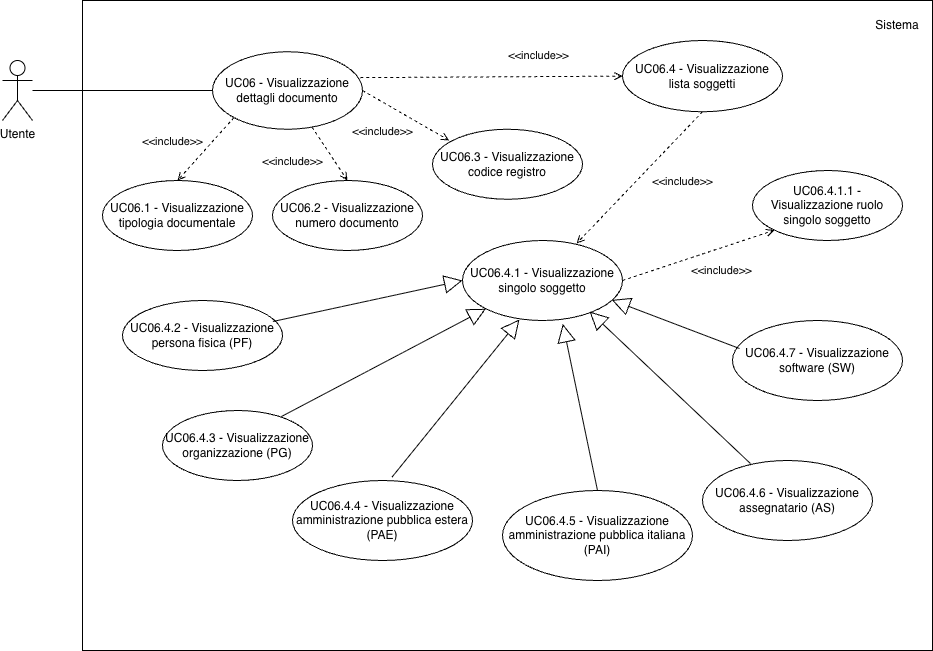
The draw.io diagram assets/Use_Case_Diagrams/UC06.png in Team-Three-Technologies/Documenti, before a commit. Source tidied: cells renumbered, new cells last; positions are measured from the earlier drawing's top-left corner, leaving out a move shared by most shapes. Source of this version:
```xml
<mxGraphModel>
  <root>
    <mxCell id="0" />
    <mxCell id="1" parent="0" />
    <mxCell id="2" style="rounded=0;whiteSpace=wrap;html=1;fillColor=none;" parent="1" vertex="1">
      <mxGeometry x="80" width="850" height="650" as="geometry" />
    </mxCell>
    <mxCell id="3" value="Utente" style="shape=umlActor;verticalLabelPosition=bottom;verticalAlign=top;html=1;outlineConnect=0;" parent="1" vertex="1">
      <mxGeometry y="60" width="30" height="60" as="geometry" />
    </mxCell>
    <mxCell id="4" value="UC06&lt;span style=&quot;background-color: transparent; color: light-dark(rgb(0, 0, 0), rgb(255, 255, 255));&quot;&gt;&amp;nbsp;-&amp;nbsp;Visualizzazione dettagli documento&lt;/span&gt;" style="ellipse;whiteSpace=wrap;html=1;" parent="1" vertex="1">
      <mxGeometry x="210" y="51.2" width="150" height="77.5" as="geometry" />
    </mxCell>
    <mxCell id="5" style="endArrow=none;html=1;rounded=0;entryX=0;entryY=0.5;entryDx=0;entryDy=0;" parent="1" edge="1" source="3" target="4">
      <mxGeometry relative="1" as="geometry" />
    </mxCell>
    <mxCell id="6" value="UC06.1 - Visualizzazione tipologia documentale" style="ellipse;whiteSpace=wrap;html=1;" parent="1" vertex="1">
      <mxGeometry x="100" y="180" width="150" height="70" as="geometry" />
    </mxCell>
    <mxCell id="7" value="&amp;lt;&amp;lt;include&amp;gt;&amp;gt;" style="html=1;verticalAlign=bottom;labelBackgroundColor=none;endArrow=open;endFill=0;dashed=1;rounded=0;exitX=0;exitY=1;exitDx=0;exitDy=0;entryX=0.5;entryY=0;entryDx=0;entryDy=0;" parent="1" edge="1" source="4" target="6">
      <mxGeometry x="0.55" y="-24" relative="1" as="geometry" />
    </mxCell>
    <mxCell id="8" value="Sistema" style="text;html=1;whiteSpace=wrap;strokeColor=none;fillColor=none;align=center;verticalAlign=middle;rounded=0;" parent="1" vertex="1">
      <mxGeometry x="870" y="10" width="50" height="30" as="geometry" />
    </mxCell>
    <mxCell id="9" value="UC06.2 - Visualizzazione numero documento" style="ellipse;whiteSpace=wrap;html=1;" parent="1" vertex="1">
      <mxGeometry x="270" y="180" width="150" height="70" as="geometry" />
    </mxCell>
    <mxCell id="10" value="UC06.3 - Visualizzazione codice registro" style="ellipse;whiteSpace=wrap;html=1;" parent="1" vertex="1">
      <mxGeometry x="430" y="128.8" width="150" height="70" as="geometry" />
    </mxCell>
    <mxCell id="11" value="UC06.4 - Visualizzazione lista soggetti" style="ellipse;whiteSpace=wrap;html=1;" parent="1" vertex="1">
      <mxGeometry x="620" y="40" width="160" height="71.2" as="geometry" />
    </mxCell>
    <mxCell id="12" value="UC06.4.1 - Visualizzazione singolo soggetto" style="ellipse;whiteSpace=wrap;html=1;" parent="1" vertex="1">
      <mxGeometry x="460" y="240" width="160" height="80" as="geometry" />
    </mxCell>
    <mxCell id="13" value="UC06.4.1.1 - Visualizzazione ruolo singolo soggetto" style="ellipse;whiteSpace=wrap;html=1;" parent="1" vertex="1">
      <mxGeometry x="750" y="170" width="150" height="70" as="geometry" />
    </mxCell>
    <mxCell id="14" value="UC06.4.2 - Visualizzazione persona fisica (PF)" style="ellipse;whiteSpace=wrap;html=1;" parent="1" vertex="1">
      <mxGeometry x="120" y="300" width="160" height="70" as="geometry" />
    </mxCell>
    <mxCell id="15" value="&amp;lt;&amp;lt;include&amp;gt;&amp;gt;" style="html=1;verticalAlign=bottom;labelBackgroundColor=none;endArrow=open;endFill=0;dashed=1;rounded=0;entryX=0.5;entryY=0;entryDx=0;entryDy=0;" parent="1" edge="1" source="4" target="9">
      <mxGeometry x="-0.21" y="-40" relative="1" as="geometry" />
    </mxCell>
    <mxCell id="16" value="&amp;lt;&amp;lt;include&amp;gt;&amp;gt;" style="html=1;verticalAlign=bottom;labelBackgroundColor=none;endArrow=open;endFill=0;dashed=1;rounded=0;exitX=0.985;exitY=0.334;exitDx=0;exitDy=0;entryX=0;entryY=0.5;entryDx=0;entryDy=0;exitPerimeter=0;" parent="1" edge="1" source="4" target="11">
      <mxGeometry x="0.36" y="12" relative="1" as="geometry" />
    </mxCell>
    <mxCell id="17" value="&amp;lt;&amp;lt;include&amp;gt;&amp;gt;" style="html=1;verticalAlign=bottom;labelBackgroundColor=none;endArrow=open;endFill=0;dashed=1;rounded=0;exitX=1;exitY=0.5;exitDx=0;exitDy=0;entryX=0.111;entryY=0.16;entryDx=0;entryDy=0;entryPerimeter=0;" parent="1" edge="1" source="4" target="10">
      <mxGeometry x="-0.15" y="-33" relative="1" as="geometry" />
    </mxCell>
    <mxCell id="18" value="&amp;lt;&amp;lt;include&amp;gt;&amp;gt;" style="html=1;verticalAlign=bottom;labelBackgroundColor=none;endArrow=open;endFill=0;dashed=1;rounded=0;exitX=0.5;exitY=1;exitDx=0;exitDy=0;entryX=0.713;entryY=0.038;entryDx=0;entryDy=0;entryPerimeter=0;" parent="1" edge="1" source="11" target="12">
      <mxGeometry x="-0.22" y="40" relative="1" as="geometry" />
    </mxCell>
    <mxCell id="19" value="&amp;lt;&amp;lt;include&amp;gt;&amp;gt;" style="html=1;verticalAlign=bottom;labelBackgroundColor=none;endArrow=open;endFill=0;dashed=1;rounded=0;exitX=1;exitY=0.5;exitDx=0;exitDy=0;entryX=0;entryY=1;entryDx=0;entryDy=0;" parent="1" edge="1" source="12" target="13">
      <mxGeometry x="0.18" y="-29" relative="1" as="geometry">
        <mxPoint y="1" as="offset" />
      </mxGeometry>
    </mxCell>
    <mxCell id="20" style="endArrow=block;endSize=16;endFill=0;html=1;rounded=0;exitX=0.94;exitY=0.3;exitDx=0;exitDy=0;exitPerimeter=0;entryX=0;entryY=0.5;entryDx=0;entryDy=0;" parent="1" edge="1" source="14" target="12">
      <mxGeometry x="1" y="-67" relative="1" as="geometry">
        <mxPoint x="30" y="-7" as="offset" />
      </mxGeometry>
    </mxCell>
    <mxCell id="21" value="UC06.4.3 - Visualizzazione organizzazione (PG)" style="ellipse;whiteSpace=wrap;html=1;" parent="1" vertex="1">
      <mxGeometry x="160" y="410" width="150" height="70" as="geometry" />
    </mxCell>
    <mxCell id="22" value="UC06.4.5&lt;span style=&quot;background-color: transparent; color: light-dark(rgb(0, 0, 0), rgb(255, 255, 255));&quot;&gt;&amp;nbsp;- Visualizzazione amministrazione pubblica italiana (PAI)&lt;/span&gt;" style="ellipse;whiteSpace=wrap;html=1;" parent="1" vertex="1">
      <mxGeometry x="500" y="490" width="190" height="90" as="geometry" />
    </mxCell>
    <mxCell id="23" value="UC06.4.4 - Visualizzazione amministrazione pubblica estera (PAE)" style="ellipse;whiteSpace=wrap;html=1;" parent="1" vertex="1">
      <mxGeometry x="290" y="480" width="180" height="80" as="geometry" />
    </mxCell>
    <mxCell id="24" value="UC06.4.6&lt;span style=&quot;background-color: transparent; color: light-dark(rgb(0, 0, 0), rgb(255, 255, 255));&quot;&gt;&amp;nbsp;- Visualizzazione assegnatario (AS)&lt;/span&gt;" style="ellipse;whiteSpace=wrap;html=1;" parent="1" vertex="1">
      <mxGeometry x="700" y="460" width="170" height="80" as="geometry" />
    </mxCell>
    <mxCell id="25" value="UC06.4.7&lt;span style=&quot;background-color: transparent; color: light-dark(rgb(0, 0, 0), rgb(255, 255, 255));&quot;&gt;&amp;nbsp;- Visualizzazione software (SW)&lt;/span&gt;" style="ellipse;whiteSpace=wrap;html=1;" parent="1" vertex="1">
      <mxGeometry x="730" y="320" width="170" height="80" as="geometry" />
    </mxCell>
    <mxCell id="26" style="endArrow=block;endSize=16;endFill=0;html=1;rounded=0;exitX=0.553;exitY=-0.043;exitDx=0;exitDy=0;entryX=0.356;entryY=0.988;entryDx=0;entryDy=0;entryPerimeter=0;exitPerimeter=0;" parent="1" edge="1" source="23" target="12">
      <mxGeometry x="1" y="-67" relative="1" as="geometry">
        <mxPoint x="30" y="-7" as="offset" />
      </mxGeometry>
    </mxCell>
    <mxCell id="27" style="endArrow=block;endSize=16;endFill=0;html=1;rounded=0;exitX=0.793;exitY=0.086;exitDx=0;exitDy=0;entryX=0;entryY=1;entryDx=0;entryDy=0;exitPerimeter=0;" parent="1" edge="1" source="21" target="12">
      <mxGeometry x="1" y="-67" relative="1" as="geometry">
        <mxPoint x="30" y="-7" as="offset" />
      </mxGeometry>
    </mxCell>
    <mxCell id="28" style="endArrow=block;endSize=16;endFill=0;html=1;rounded=0;exitX=0.282;exitY=0.038;exitDx=0;exitDy=0;exitPerimeter=0;entryX=0.794;entryY=0.888;entryDx=0;entryDy=0;entryPerimeter=0;" parent="1" edge="1" source="24" target="12">
      <mxGeometry x="1" y="-67" relative="1" as="geometry">
        <mxPoint x="30" y="-7" as="offset" />
      </mxGeometry>
    </mxCell>
    <mxCell id="29" style="endArrow=block;endSize=16;endFill=0;html=1;rounded=0;exitX=0.5;exitY=0;exitDx=0;exitDy=0;entryX=0.627;entryY=1.043;entryDx=0;entryDy=0;entryPerimeter=0;" parent="1" edge="1" source="22" target="12">
      <mxGeometry x="1" y="-67" relative="1" as="geometry">
        <mxPoint x="30" y="-7" as="offset" />
      </mxGeometry>
    </mxCell>
    <mxCell id="30" style="endArrow=block;endSize=16;endFill=0;html=1;rounded=0;exitX=0.041;exitY=0.35;exitDx=0;exitDy=0;entryX=0.933;entryY=0.743;entryDx=0;entryDy=0;entryPerimeter=0;exitPerimeter=0;" parent="1" edge="1" source="25" target="12">
      <mxGeometry x="1" y="-67" relative="1" as="geometry">
        <mxPoint x="30" y="-7" as="offset" />
      </mxGeometry>
    </mxCell>
  </root>
</mxGraphModel>
```
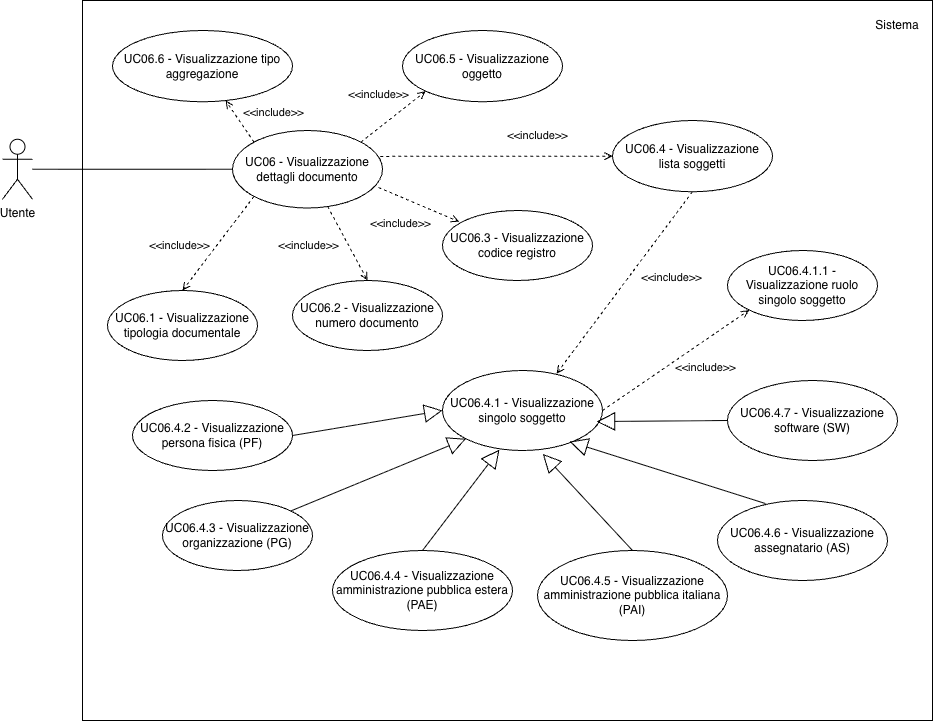
Above is the later version.

Commit message:
fix inclusioni e diagramma

Diff of the diagram source:
```diff
@@ -3,19 +3,19 @@
     <mxCell id="0" />
     <mxCell id="1" parent="0" />
     <mxCell id="2" style="rounded=0;whiteSpace=wrap;html=1;fillColor=none;" parent="1" vertex="1">
-      <mxGeometry x="80" width="850" height="650" as="geometry" />
+      <mxGeometry x="80" width="850" height="720" as="geometry" />
     </mxCell>
     <mxCell id="3" value="Utente" style="shape=umlActor;verticalLabelPosition=bottom;verticalAlign=top;html=1;outlineConnect=0;" parent="1" vertex="1">
-      <mxGeometry y="60" width="30" height="60" as="geometry" />
+      <mxGeometry y="138.8" width="30" height="60" as="geometry" />
     </mxCell>
     <mxCell id="4" value="UC06&lt;span style=&quot;background-color: transparent; color: light-dark(rgb(0, 0, 0), rgb(255, 255, 255));&quot;&gt;&amp;nbsp;-&amp;nbsp;Visualizzazione dettagli documento&lt;/span&gt;" style="ellipse;whiteSpace=wrap;html=1;" parent="1" vertex="1">
-      <mxGeometry x="210" y="51.2" width="150" height="77.5" as="geometry" />
+      <mxGeometry x="230" y="130" width="150" height="77.5" as="geometry" />
     </mxCell>
     <mxCell id="5" style="endArrow=none;html=1;rounded=0;entryX=0;entryY=0.5;entryDx=0;entryDy=0;" parent="1" edge="1" source="3" target="4">
       <mxGeometry relative="1" as="geometry" />
     </mxCell>
     <mxCell id="6" value="UC06.1 - Visualizzazione tipologia documentale" style="ellipse;whiteSpace=wrap;html=1;" parent="1" vertex="1">
-      <mxGeometry x="100" y="180" width="150" height="70" as="geometry" />
+      <mxGeometry x="105" y="290" width="150" height="70" as="geometry" />
     </mxCell>
     <mxCell id="7" value="&amp;lt;&amp;lt;include&amp;gt;&amp;gt;" style="html=1;verticalAlign=bottom;labelBackgroundColor=none;endArrow=open;endFill=0;dashed=1;rounded=0;exitX=0;exitY=1;exitDx=0;exitDy=0;entryX=0.5;entryY=0;entryDx=0;entryDy=0;" parent="1" edge="1" source="4" target="6">
       <mxGeometry x="0.55" y="-24" relative="1" as="geometry" />
@@ -24,22 +24,22 @@
       <mxGeometry x="870" y="10" width="50" height="30" as="geometry" />
     </mxCell>
     <mxCell id="9" value="UC06.2 - Visualizzazione numero documento" style="ellipse;whiteSpace=wrap;html=1;" parent="1" vertex="1">
-      <mxGeometry x="270" y="180" width="150" height="70" as="geometry" />
+      <mxGeometry x="290" y="280" width="150" height="70" as="geometry" />
     </mxCell>
     <mxCell id="10" value="UC06.3 - Visualizzazione codice registro" style="ellipse;whiteSpace=wrap;html=1;" parent="1" vertex="1">
-      <mxGeometry x="430" y="128.8" width="150" height="70" as="geometry" />
+      <mxGeometry x="440" y="210" width="150" height="70" as="geometry" />
     </mxCell>
     <mxCell id="11" value="UC06.4 - Visualizzazione lista soggetti" style="ellipse;whiteSpace=wrap;html=1;" parent="1" vertex="1">
-      <mxGeometry x="620" y="40" width="160" height="71.2" as="geometry" />
+      <mxGeometry x="610" y="120" width="160" height="71.2" as="geometry" />
     </mxCell>
     <mxCell id="12" value="UC06.4.1 - Visualizzazione singolo soggetto" style="ellipse;whiteSpace=wrap;html=1;" parent="1" vertex="1">
-      <mxGeometry x="460" y="240" width="160" height="80" as="geometry" />
+      <mxGeometry x="440" y="370" width="160" height="80" as="geometry" />
     </mxCell>
     <mxCell id="13" value="UC06.4.1.1 - Visualizzazione ruolo singolo soggetto" style="ellipse;whiteSpace=wrap;html=1;" parent="1" vertex="1">
-      <mxGeometry x="750" y="170" width="150" height="70" as="geometry" />
+      <mxGeometry x="725" y="250" width="150" height="70" as="geometry" />
     </mxCell>
     <mxCell id="14" value="UC06.4.2 - Visualizzazione persona fisica (PF)" style="ellipse;whiteSpace=wrap;html=1;" parent="1" vertex="1">
-      <mxGeometry x="120" y="300" width="160" height="70" as="geometry" />
+      <mxGeometry x="130" y="400" width="160" height="70" as="geometry" />
     </mxCell>
     <mxCell id="15" value="&amp;lt;&amp;lt;include&amp;gt;&amp;gt;" style="html=1;verticalAlign=bottom;labelBackgroundColor=none;endArrow=open;endFill=0;dashed=1;rounded=0;entryX=0.5;entryY=0;entryDx=0;entryDy=0;" parent="1" edge="1" source="4" target="9">
       <mxGeometry x="-0.21" y="-40" relative="1" as="geometry" />
@@ -47,7 +47,7 @@
     <mxCell id="16" value="&amp;lt;&amp;lt;include&amp;gt;&amp;gt;" style="html=1;verticalAlign=bottom;labelBackgroundColor=none;endArrow=open;endFill=0;dashed=1;rounded=0;exitX=0.985;exitY=0.334;exitDx=0;exitDy=0;entryX=0;entryY=0.5;entryDx=0;entryDy=0;exitPerimeter=0;" parent="1" edge="1" source="4" target="11">
       <mxGeometry x="0.36" y="12" relative="1" as="geometry" />
     </mxCell>
-    <mxCell id="17" value="&amp;lt;&amp;lt;include&amp;gt;&amp;gt;" style="html=1;verticalAlign=bottom;labelBackgroundColor=none;endArrow=open;endFill=0;dashed=1;rounded=0;exitX=1;exitY=0.5;exitDx=0;exitDy=0;entryX=0.111;entryY=0.16;entryDx=0;entryDy=0;entryPerimeter=0;" parent="1" edge="1" source="4" target="10">
+    <mxCell id="17" value="&amp;lt;&amp;lt;include&amp;gt;&amp;gt;" style="html=1;verticalAlign=bottom;labelBackgroundColor=none;endArrow=open;endFill=0;dashed=1;rounded=0;exitX=0.973;exitY=0.735;exitDx=0;exitDy=0;entryX=0.111;entryY=0.16;entryDx=0;entryDy=0;entryPerimeter=0;exitPerimeter=0;" parent="1" edge="1" source="4" target="10">
       <mxGeometry x="-0.15" y="-33" relative="1" as="geometry" />
     </mxCell>
     <mxCell id="18" value="&amp;lt;&amp;lt;include&amp;gt;&amp;gt;" style="html=1;verticalAlign=bottom;labelBackgroundColor=none;endArrow=open;endFill=0;dashed=1;rounded=0;exitX=0.5;exitY=1;exitDx=0;exitDy=0;entryX=0.713;entryY=0.038;entryDx=0;entryDy=0;entryPerimeter=0;" parent="1" edge="1" source="11" target="12">
@@ -58,32 +58,32 @@
         <mxPoint y="1" as="offset" />
       </mxGeometry>
     </mxCell>
-    <mxCell id="20" style="endArrow=block;endSize=16;endFill=0;html=1;rounded=0;exitX=0.94;exitY=0.3;exitDx=0;exitDy=0;exitPerimeter=0;entryX=0;entryY=0.5;entryDx=0;entryDy=0;" parent="1" edge="1" source="14" target="12">
+    <mxCell id="20" style="endArrow=block;endSize=16;endFill=0;html=1;rounded=0;exitX=1;exitY=0.5;exitDx=0;exitDy=0;entryX=0;entryY=0.5;entryDx=0;entryDy=0;" parent="1" edge="1" source="14" target="12">
       <mxGeometry x="1" y="-67" relative="1" as="geometry">
         <mxPoint x="30" y="-7" as="offset" />
       </mxGeometry>
     </mxCell>
     <mxCell id="21" value="UC06.4.3 - Visualizzazione organizzazione (PG)" style="ellipse;whiteSpace=wrap;html=1;" parent="1" vertex="1">
-      <mxGeometry x="160" y="410" width="150" height="70" as="geometry" />
+      <mxGeometry x="160" y="500" width="150" height="70" as="geometry" />
     </mxCell>
     <mxCell id="22" value="UC06.4.5&lt;span style=&quot;background-color: transparent; color: light-dark(rgb(0, 0, 0), rgb(255, 255, 255));&quot;&gt;&amp;nbsp;- Visualizzazione amministrazione pubblica italiana (PAI)&lt;/span&gt;" style="ellipse;whiteSpace=wrap;html=1;" parent="1" vertex="1">
-      <mxGeometry x="500" y="490" width="190" height="90" as="geometry" />
+      <mxGeometry x="535" y="550" width="190" height="90" as="geometry" />
     </mxCell>
     <mxCell id="23" value="UC06.4.4 - Visualizzazione amministrazione pubblica estera (PAE)" style="ellipse;whiteSpace=wrap;html=1;" parent="1" vertex="1">
-      <mxGeometry x="290" y="480" width="180" height="80" as="geometry" />
+      <mxGeometry x="330" y="550" width="180" height="80" as="geometry" />
     </mxCell>
     <mxCell id="24" value="UC06.4.6&lt;span style=&quot;background-color: transparent; color: light-dark(rgb(0, 0, 0), rgb(255, 255, 255));&quot;&gt;&amp;nbsp;- Visualizzazione assegnatario (AS)&lt;/span&gt;" style="ellipse;whiteSpace=wrap;html=1;" parent="1" vertex="1">
-      <mxGeometry x="700" y="460" width="170" height="80" as="geometry" />
+      <mxGeometry x="715" y="500" width="170" height="80" as="geometry" />
     </mxCell>
     <mxCell id="25" value="UC06.4.7&lt;span style=&quot;background-color: transparent; color: light-dark(rgb(0, 0, 0), rgb(255, 255, 255));&quot;&gt;&amp;nbsp;- Visualizzazione software (SW)&lt;/span&gt;" style="ellipse;whiteSpace=wrap;html=1;" parent="1" vertex="1">
-      <mxGeometry x="730" y="320" width="170" height="80" as="geometry" />
+      <mxGeometry x="725" y="380" width="170" height="80" as="geometry" />
     </mxCell>
-    <mxCell id="26" style="endArrow=block;endSize=16;endFill=0;html=1;rounded=0;exitX=0.553;exitY=-0.043;exitDx=0;exitDy=0;entryX=0.356;entryY=0.988;entryDx=0;entryDy=0;entryPerimeter=0;exitPerimeter=0;" parent="1" edge="1" source="23" target="12">
+    <mxCell id="26" style="endArrow=block;endSize=16;endFill=0;html=1;rounded=0;exitX=0.5;exitY=0;exitDx=0;exitDy=0;entryX=0.356;entryY=0.988;entryDx=0;entryDy=0;entryPerimeter=0;" parent="1" edge="1" source="23" target="12">
       <mxGeometry x="1" y="-67" relative="1" as="geometry">
         <mxPoint x="30" y="-7" as="offset" />
       </mxGeometry>
     </mxCell>
-    <mxCell id="27" style="endArrow=block;endSize=16;endFill=0;html=1;rounded=0;exitX=0.793;exitY=0.086;exitDx=0;exitDy=0;entryX=0;entryY=1;entryDx=0;entryDy=0;exitPerimeter=0;" parent="1" edge="1" source="21" target="12">
+    <mxCell id="27" style="endArrow=block;endSize=16;endFill=0;html=1;rounded=0;exitX=1;exitY=0;exitDx=0;exitDy=0;entryX=0;entryY=1;entryDx=0;entryDy=0;" parent="1" edge="1" source="21" target="12">
       <mxGeometry x="1" y="-67" relative="1" as="geometry">
         <mxPoint x="30" y="-7" as="offset" />
       </mxGeometry>
@@ -98,10 +98,26 @@
         <mxPoint x="30" y="-7" as="offset" />
       </mxGeometry>
     </mxCell>
-    <mxCell id="30" style="endArrow=block;endSize=16;endFill=0;html=1;rounded=0;exitX=0.041;exitY=0.35;exitDx=0;exitDy=0;entryX=0.933;entryY=0.743;entryDx=0;entryDy=0;entryPerimeter=0;exitPerimeter=0;" parent="1" edge="1" source="25" target="12">
+    <mxCell id="30" style="endArrow=block;endSize=16;endFill=0;html=1;rounded=0;exitX=0;exitY=0.5;exitDx=0;exitDy=0;entryX=0.963;entryY=0.638;entryDx=0;entryDy=0;entryPerimeter=0;" parent="1" edge="1" source="25" target="12">
       <mxGeometry x="1" y="-67" relative="1" as="geometry">
         <mxPoint x="30" y="-7" as="offset" />
       </mxGeometry>
     </mxCell>
+    <mxCell id="31" value="UC06.5 - Visualizzazione oggetto" style="ellipse;whiteSpace=wrap;html=1;" parent="1" vertex="1">
+      <mxGeometry x="400" y="30" width="160" height="71.2" as="geometry" />
+    </mxCell>
+    <mxCell id="32" value="UC06.6&lt;span style=&quot;background-color: transparent; color: light-dark(rgb(0, 0, 0), rgb(255, 255, 255));&quot;&gt;&amp;nbsp;- Visualizzazione tipo aggregazione&lt;/span&gt;" style="ellipse;whiteSpace=wrap;html=1;" parent="1" vertex="1">
+      <mxGeometry x="110" y="30" width="180" height="71.2" as="geometry" />
+    </mxCell>
+    <mxCell id="33" value="&amp;lt;&amp;lt;include&amp;gt;&amp;gt;" style="html=1;verticalAlign=bottom;labelBackgroundColor=none;endArrow=open;endFill=0;dashed=1;rounded=0;exitX=1;exitY=0;exitDx=0;exitDy=0;entryX=0;entryY=1;entryDx=0;entryDy=0;" parent="1" edge="1" source="4" target="31">
+      <mxGeometry x="-0.04" y="19" relative="1" as="geometry">
+        <mxPoint x="-1" as="offset" />
+      </mxGeometry>
+    </mxCell>
+    <mxCell id="34" value="&amp;lt;&amp;lt;include&amp;gt;&amp;gt;" style="html=1;verticalAlign=bottom;labelBackgroundColor=none;endArrow=open;endFill=0;dashed=1;rounded=0;exitX=0;exitY=0;exitDx=0;exitDy=0;" parent="1" edge="1" source="4" target="32">
+      <mxGeometry x="-0.7" y="-27" relative="1" as="geometry">
+        <mxPoint x="1" as="offset" />
+      </mxGeometry>
+    </mxCell>
   </root>
 </mxGraphModel>
```
